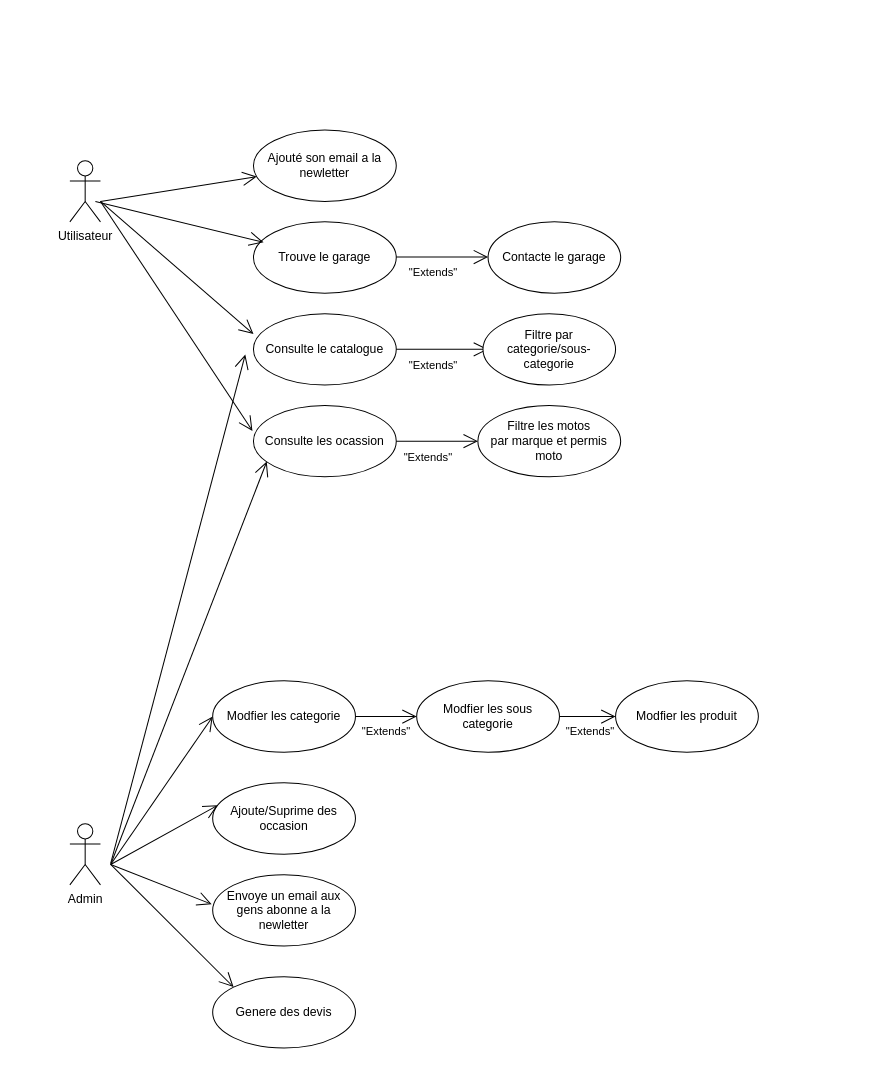
Before: UML/UseCase.drawio in Debl0xMain/webappDid, a draw.io diagram. Source tidied: cells renumbered, new cells numbered last; positions are measured from the earlier drawing's top-left corner, leaving out a move shared by most shapes. Both pictures are drawn from the tidied source at 102%, with x=0, y=0 at pixel (69, 130).
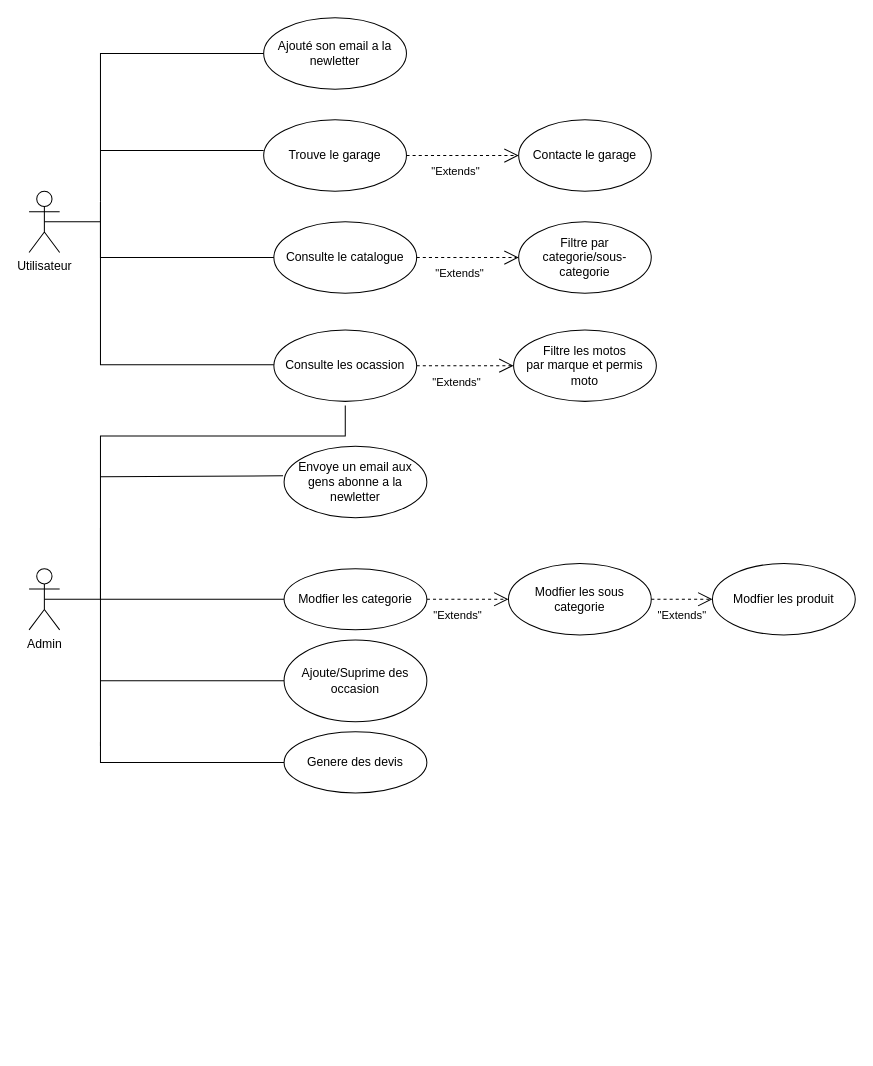
After the change.

Commit message:
Mettre à jour UseCase.drawio

What changed in the source:
```diff
@@
+    <mxCell id="37" style="edgeStyle=orthogonalEdgeStyle;rounded=0;jettySize=auto;html=1;exitX=0.5;exitY=0.5;exitDx=0;exitDy=0;exitPerimeter=0;endArrow=none;endFill=0;" parent="1" edge="1" source="2">
+      <mxGeometry relative="1" as="geometry">
+        <mxPoint x="30" y="90" as="targetPoint" />
+      </mxGeometry>
+    </mxCell>
     <mxCell id="2" value="Utilisateur&lt;div&gt;&lt;br&gt;&lt;/div&gt;" style="shape=umlActor;verticalLabelPosition=bottom;verticalAlign=top;html=1;" parent="1" vertex="1">
-      <mxGeometry y="30" width="30" height="60" as="geometry" />
+      <mxGeometry x="-40" y="60" width="30" height="60" as="geometry" />
     </mxCell>
+    <mxCell id="38" style="edgeStyle=orthogonalEdgeStyle;rounded=0;jettySize=auto;html=1;exitX=0.5;exitY=0.5;exitDx=0;exitDy=0;exitPerimeter=0;endArrow=none;endFill=0;" parent="1" edge="1" source="3">
+      <mxGeometry relative="1" as="geometry">
+        <mxPoint x="30" y="460" as="targetPoint" />
+      </mxGeometry>
+    </mxCell>
     <mxCell id="3" value="Admin&lt;div&gt;&lt;br&gt;&lt;/div&gt;" style="shape=umlActor;verticalLabelPosition=bottom;verticalAlign=top;html=1;" parent="1" vertex="1">
-      <mxGeometry y="680" width="30" height="60" as="geometry" />
+      <mxGeometry x="-40" y="430" width="30" height="60" as="geometry" />
     </mxCell>
     <mxCell id="4" value="Ajouté son email a la newletter" style="ellipse;whiteSpace=wrap;html=1;" parent="1" vertex="1">
-      <mxGeometry x="180" width="140" height="70" as="geometry" />
+      <mxGeometry x="190" y="-110" width="140" height="70" as="geometry" />
     </mxCell>
-    <mxCell id="5" style="endArrow=open;endFill=1;endSize=12;html=1;rounded=0;" parent="1" edge="1" target="4">
+    <mxCell id="5" style="endArrow=none;endFill=0;html=1;rounded=0;entryX=0;entryY=0.5;entryDx=0;entryDy=0;" parent="1" edge="1" target="4">
       <mxGeometry relative="1" as="geometry">
         <mxPoint x="30" y="70" as="sourcePoint" />
+        <Array as="points">
+          <mxPoint x="30" y="-75" />
+        </Array>
       </mxGeometry>
     </mxCell>
     <mxCell id="6" value="Trouve le garage" style="ellipse;whiteSpace=wrap;html=1;" parent="1" vertex="1">
-      <mxGeometry x="180" y="90" width="140" height="70" as="geometry" />
+      <mxGeometry x="190" y="-10" width="140" height="70" as="geometry" />
     </mxCell>
-    <mxCell id="7" style="endArrow=open;endFill=1;endSize=12;html=1;rounded=0;exitX=0.5;exitY=0.5;exitDx=0;exitDy=0;exitPerimeter=0;entryX=0.071;entryY=0.286;entryDx=0;entryDy=0;entryPerimeter=0;" parent="1" edge="1" target="6">
+    <mxCell id="7" style="endArrow=none;endFill=0;endSize=12;html=1;rounded=0;" parent="1" edge="1">
       <mxGeometry relative="1" as="geometry">
-        <mxPoint x="25" y="70" as="sourcePoint" />
+        <mxPoint x="30" y="20" as="sourcePoint" />
+        <mxPoint x="190" y="20" as="targetPoint" />
       </mxGeometry>
     </mxCell>
     <mxCell id="8" value="Consulte le catalogue" style="ellipse;whiteSpace=wrap;html=1;" parent="1" vertex="1">
-      <mxGeometry x="180" y="180" width="140" height="70" as="geometry" />
+      <mxGeometry x="200" y="90" width="140" height="70" as="geometry" />
     </mxCell>
-    <mxCell id="9" style="endArrow=open;endFill=1;endSize=12;html=1;rounded=0;entryX=0;entryY=0.286;entryDx=0;entryDy=0;entryPerimeter=0;" parent="1" edge="1" target="8">
+    <mxCell id="9" style="endArrow=none;endFill=0;endSize=12;html=1;rounded=0;entryX=0;entryY=0.5;entryDx=0;entryDy=0;" parent="1" edge="1" target="8">
       <mxGeometry relative="1" as="geometry">
         <mxPoint x="30" y="70" as="sourcePoint" />
+        <Array as="points">
+          <mxPoint x="30" y="90" />
+          <mxPoint x="30" y="125" />
+        </Array>
       </mxGeometry>
     </mxCell>
     <mxCell id="10" value="Consulte les ocassion" style="ellipse;whiteSpace=wrap;html=1;" parent="1" vertex="1">
-      <mxGeometry x="180" y="270" width="140" height="70" as="geometry" />
+      <mxGeometry x="200" y="196" width="140" height="70" as="geometry" />
     </mxCell>
-    <mxCell id="11" style="endArrow=open;endFill=1;endSize=12;html=1;rounded=0;entryX=-0.007;entryY=0.357;entryDx=0;entryDy=0;entryPerimeter=0;" parent="1" edge="1" target="10">
+    <mxCell id="11" style="endArrow=none;endFill=0;endSize=12;html=1;rounded=0;" parent="1" edge="1">
       <mxGeometry relative="1" as="geometry">
         <mxPoint x="30" y="70" as="sourcePoint" />
+        <mxPoint x="200" y="230" as="targetPoint" />
+        <Array as="points">
+          <mxPoint x="30" y="230" />
+        </Array>
       </mxGeometry>
     </mxCell>
     <mxCell id="12" value="Filtre les motos&lt;div&gt;par marque et permis&lt;/div&gt;&lt;div&gt;moto&lt;/div&gt;" style="ellipse;whiteSpace=wrap;html=1;" parent="1" vertex="1">
-      <mxGeometry x="400" y="270" width="140" height="70" as="geometry" />
+      <mxGeometry x="435" y="196" width="140" height="70" as="geometry" />
     </mxCell>
-    <mxCell id="13" style="endArrow=open;endFill=1;endSize=12;html=1;rounded=0;exitX=1;exitY=0.5;exitDx=0;exitDy=0;entryX=0;entryY=0.5;entryDx=0;entryDy=0;" parent="1" edge="1" source="10" target="12">
+    <mxCell id="13" style="endArrow=open;endFill=1;endSize=12;html=1;rounded=0;exitX=1;exitY=0.5;exitDx=0;exitDy=0;entryX=0;entryY=0.5;entryDx=0;entryDy=0;dashed=1;" parent="1" edge="1" source="10" target="12">
       <mxGeometry relative="1" as="geometry" />
     </mxCell>
@@
-    <mxCell id="15" style="endArrow=open;endFill=1;endSize=12;html=1;rounded=0;exitX=1;exitY=0.5;exitDx=0;exitDy=0;" parent="1" edge="1" source="8">
-      <mxGeometry relative="1" as="geometry">
-        <mxPoint x="410" y="215" as="targetPoint" />
-      </mxGeometry>
+    <mxCell id="15" style="endArrow=open;endFill=1;endSize=12;html=1;rounded=0;exitX=1;exitY=0.5;exitDx=0;exitDy=0;dashed=1;entryX=0;entryY=0.5;entryDx=0;entryDy=0;" parent="1" edge="1" source="8" target="17">
+      <mxGeometry relative="1" as="geometry" />
     </mxCell>
@@
     <mxCell id="17" value="Filtre par categorie/sous-categorie" style="ellipse;whiteSpace=wrap;html=1;" parent="1" vertex="1">
-      <mxGeometry x="405" y="180" width="130" height="70" as="geometry" />
+      <mxGeometry x="440" y="90" width="130" height="70" as="geometry" />
     </mxCell>
     <mxCell id="18" value="Contacte le garage" style="ellipse;whiteSpace=wrap;html=1;" parent="1" vertex="1">
-      <mxGeometry x="410" y="90" width="130" height="70" as="geometry" />
+      <mxGeometry x="440" y="-10" width="130" height="70" as="geometry" />
     </mxCell>
-    <mxCell id="19" style="endArrow=open;endFill=1;endSize=12;html=1;rounded=0;exitX=1;exitY=0.5;exitDx=0;exitDy=0;" parent="1" edge="1">
+    <mxCell id="19" style="endArrow=open;endFill=1;endSize=12;html=1;rounded=0;exitX=1;exitY=0.5;exitDx=0;exitDy=0;dashed=1;" parent="1" edge="1" source="6">
       <mxGeometry relative="1" as="geometry">
-        <mxPoint x="320" y="124.5" as="sourcePoint" />
-        <mxPoint x="410" y="124.5" as="targetPoint" />
+        <mxPoint x="440" y="25" as="targetPoint" />
       </mxGeometry>
     </mxCell>
@@
     <mxCell id="21" value="Modfier les categorie" style="ellipse;whiteSpace=wrap;html=1;" parent="1" vertex="1">
-      <mxGeometry x="140" y="540" width="140" height="70" as="geometry" />
+      <mxGeometry x="210" y="430" width="140" height="60" as="geometry" />
     </mxCell>
-    <mxCell id="22" style="endArrow=open;endFill=1;endSize=12;html=1;rounded=0;entryX=0.093;entryY=0.786;entryDx=0;entryDy=0;entryPerimeter=0;" parent="1" edge="1" target="10">
+    <mxCell id="22" style="endArrow=none;endFill=0;endSize=12;html=1;rounded=0;" parent="1" edge="1">
       <mxGeometry relative="1" as="geometry">
-        <mxPoint x="40" y="720" as="sourcePoint" />
+        <mxPoint x="30" y="604" as="sourcePoint" />
+        <mxPoint x="270" y="270" as="targetPoint" />
+        <Array as="points">
+          <mxPoint x="30" y="300" />
+          <mxPoint x="270" y="300" />
+        </Array>
       </mxGeometry>
     </mxCell>
-    <mxCell id="23" style="endArrow=open;endFill=1;endSize=12;html=1;rounded=0;entryX=0.014;entryY=0.729;entryDx=0;entryDy=0;entryPerimeter=0;" parent="1" edge="1">
-      <mxGeometry relative="1" as="geometry">
-        <mxPoint x="40" y="719" as="sourcePoint" />
-        <mxPoint x="172" y="220" as="targetPoint" />
-      </mxGeometry>
-    </mxCell>
     <mxCell id="24" value="Modfier les sous categorie" style="ellipse;whiteSpace=wrap;html=1;" parent="1" vertex="1">
-      <mxGeometry x="340" y="540" width="140" height="70" as="geometry" />
+      <mxGeometry x="430" y="425" width="140" height="70" as="geometry" />
     </mxCell>
     <mxCell id="25" value="Modfier les produit" style="ellipse;whiteSpace=wrap;html=1;" parent="1" vertex="1">
-      <mxGeometry x="535" y="540" width="140" height="70" as="geometry" />
+      <mxGeometry x="630" y="425" width="140" height="70" as="geometry" />
     </mxCell>
-    <mxCell id="26" style="endArrow=open;endFill=1;endSize=12;html=1;rounded=0;entryX=0;entryY=0.5;entryDx=0;entryDy=0;" parent="1" edge="1" target="21">
+    <mxCell id="26" style="endArrow=none;endFill=0;endSize=12;html=1;rounded=0;entryX=0;entryY=0.5;entryDx=0;entryDy=0;" parent="1" edge="1" target="21">
       <mxGeometry relative="1" as="geometry">
-        <mxPoint x="40" y="720" as="sourcePoint" />
+        <mxPoint x="30" y="460" as="sourcePoint" />
+        <Array as="points">
+          <mxPoint x="30" y="390" />
+          <mxPoint x="30" y="460" />
+        </Array>
       </mxGeometry>
     </mxCell>
-    <mxCell id="27" style="endArrow=open;endFill=1;endSize=12;html=1;rounded=0;entryX=0;entryY=0.5;entryDx=0;entryDy=0;" parent="1" edge="1" target="24">
-      <mxGeometry relative="1" as="geometry">
-        <mxPoint x="280" y="575" as="sourcePoint" />
-      </mxGeometry>
+    <mxCell id="27" style="endArrow=open;endFill=1;endSize=12;html=1;rounded=0;dashed=1;exitX=1;exitY=0.5;exitDx=0;exitDy=0;entryX=0;entryY=0.5;entryDx=0;entryDy=0;" parent="1" edge="1" source="21" target="24">
+      <mxGeometry relative="1" as="geometry" />
     </mxCell>
-    <mxCell id="28" style="endArrow=open;endFill=1;endSize=12;html=1;rounded=0;entryX=0;entryY=0.5;entryDx=0;entryDy=0;" parent="1" edge="1" target="25">
-      <mxGeometry relative="1" as="geometry">
-        <mxPoint x="480" y="575" as="sourcePoint" />
-      </mxGeometry>
+    <mxCell id="28" style="endArrow=open;endFill=1;endSize=12;html=1;rounded=0;entryX=0;entryY=0.5;entryDx=0;entryDy=0;dashed=1;exitX=1;exitY=0.5;exitDx=0;exitDy=0;" parent="1" edge="1" source="24" target="25">
+      <mxGeometry relative="1" as="geometry" />
     </mxCell>
     <mxCell id="29" value="&quot;Extends&quot;" style="edgeLabel;html=1;align=center;verticalAlign=middle;" parent="1" vertex="1">
-      <mxGeometry x="360" y="380" as="geometry">
+      <mxGeometry x="430" y="266" as="geometry">
         <mxPoint x="-51" y="209" as="offset" />
       </mxGeometry>
     </mxCell>
     <mxCell id="30" value="&quot;Extends&quot;" style="edgeLabel;html=1;align=center;verticalAlign=middle;" parent="1" vertex="1">
-      <mxGeometry x="560" y="380" as="geometry">
+      <mxGeometry x="650" y="266" as="geometry">
         <mxPoint x="-51" y="209" as="offset" />
       </mxGeometry>
     </mxCell>
     <mxCell id="31" value="Ajoute/Suprime des occasion" style="ellipse;whiteSpace=wrap;html=1;" parent="1" vertex="1">
-      <mxGeometry x="140" y="640" width="140" height="70" as="geometry" />
+      <mxGeometry x="210" y="500" width="140" height="80" as="geometry" />
     </mxCell>
-    <mxCell id="32" style="endArrow=open;endFill=1;endSize=12;html=1;rounded=0;entryX=0.036;entryY=0.314;entryDx=0;entryDy=0;entryPerimeter=0;" parent="1" edge="1" target="31">
+    <mxCell id="32" style="endArrow=none;endFill=0;endSize=12;html=1;rounded=0;entryX=0;entryY=0.5;entryDx=0;entryDy=0;" parent="1" edge="1" target="31">
       <mxGeometry relative="1" as="geometry">
-        <mxPoint x="40" y="720" as="sourcePoint" />
+        <mxPoint x="30" y="540" as="sourcePoint" />
       </mxGeometry>
     </mxCell>
     <mxCell id="33" value="Envoye un email aux gens abonne a la newletter" style="ellipse;whiteSpace=wrap;html=1;" parent="1" vertex="1">
-      <mxGeometry x="140" y="730" width="140" height="70" as="geometry" />
+      <mxGeometry x="210" y="310" width="140" height="70" as="geometry" />
     </mxCell>
-    <mxCell id="34" style="endArrow=open;endFill=1;endSize=12;html=1;rounded=0;entryX=-0.007;entryY=0.414;entryDx=0;entryDy=0;entryPerimeter=0;" parent="1" edge="1" target="33">
+    <mxCell id="34" style="endArrow=none;endFill=0;endSize=12;html=1;rounded=0;entryX=-0.007;entryY=0.414;entryDx=0;entryDy=0;entryPerimeter=0;" parent="1" edge="1" target="33">
       <mxGeometry relative="1" as="geometry">
-        <mxPoint x="40" y="720" as="sourcePoint" />
+        <mxPoint x="30" y="340" as="sourcePoint" />
       </mxGeometry>
     </mxCell>
     <mxCell id="35" value="Genere des devis" style="ellipse;whiteSpace=wrap;html=1;" parent="1" vertex="1">
-      <mxGeometry x="140" y="830" width="140" height="70" as="geometry" />
+      <mxGeometry x="210" y="590" width="140" height="60" as="geometry" />
     </mxCell>
-    <mxCell id="36" style="endArrow=open;endFill=1;endSize=12;html=1;rounded=0;entryX=0;entryY=0;entryDx=0;entryDy=0;" parent="1" edge="1" target="35">
+    <mxCell id="36" style="endArrow=none;endFill=0;endSize=12;html=1;rounded=0;entryX=0;entryY=0.5;entryDx=0;entryDy=0;" parent="1" edge="1" target="35">
       <mxGeometry relative="1" as="geometry">
-        <mxPoint x="40" y="720" as="sourcePoint" />
+        <mxPoint x="30" y="600" as="sourcePoint" />
+        <Array as="points">
+          <mxPoint x="30" y="620" />
+        </Array>
       </mxGeometry>
     </mxCell>
```
